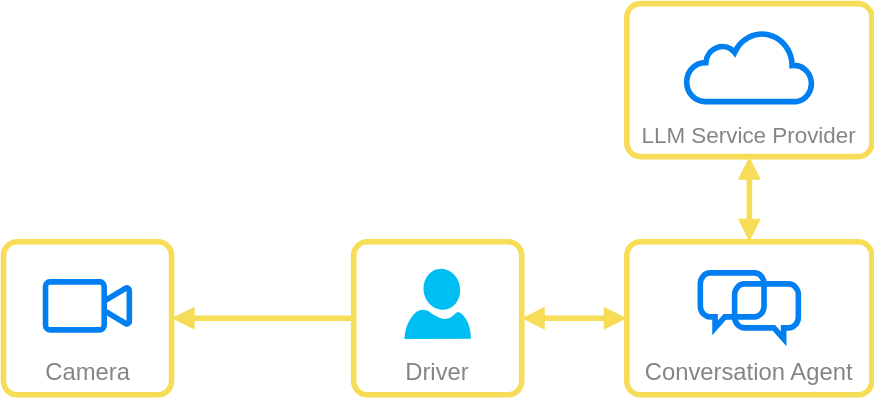
The draw.io diagram docs/_assets/img/system_architecture_yellow.drawio.svg in afri-bit/attentive-ai, before a commit. Source tidied: cells renumbered, new cells last; positions are measured from the earlier drawing's top-left corner, leaving out a move shared by most shapes. The source it was exported from:
```xml
<mxGraphModel>
  <root>
    <mxCell id="0" />
    <mxCell id="1" parent="0" />
    <mxCell id="2" style="edgeStyle=none;html=1;entryX=1;entryY=0.5;entryDx=0;entryDy=0;fontSize=17;fontColor=#29C9C9;strokeWidth=4;strokeColor=#F7DD57;endArrow=block;endFill=1;" parent="1" edge="1" source="10" target="6">
      <mxGeometry relative="1" as="geometry" />
    </mxCell>
    <mxCell id="3" style="edgeStyle=none;html=1;fontSize=16;fontColor=#858585;endArrow=block;endFill=1;startArrow=block;startFill=1;strokeWidth=4;strokeColor=#F7DD57;" parent="1" edge="1" source="14" target="20">
      <mxGeometry relative="1" as="geometry" />
    </mxCell>
    <mxCell id="4" style="edgeStyle=none;html=1;entryX=1;entryY=0.5;entryDx=0;entryDy=0;strokeColor=#F7DD57;strokeWidth=4;fontSize=17;fontColor=#29C9C9;endArrow=block;endFill=1;startArrow=block;startFill=1;" parent="1" edge="1" source="14" target="10">
      <mxGeometry relative="1" as="geometry" />
    </mxCell>
    <mxCell id="5" style="group;" parent="1" vertex="1">
      <mxGeometry y="170" width="120" height="109.2" as="geometry" />
    </mxCell>
    <mxCell id="6" style="rounded=1;whiteSpace=wrap;html=1;arcSize=9;fillColor=none;strokeColor=#F7DD57;strokeWidth=4;" parent="5" vertex="1">
      <mxGeometry width="120" height="109.2" as="geometry" />
    </mxCell>
    <mxCell id="7" value="Camera" style="text;html=1;align=center;verticalAlign=middle;strokeColor=none;fillColor=none;fontSize=17;fontColor=#858585;" parent="5" vertex="1">
      <mxGeometry x="20" y="79.2" width="80" height="30" as="geometry" />
    </mxCell>
    <mxCell id="8" style="html=1;verticalLabelPosition=bottom;align=center;labelBackgroundColor=#ffffff;verticalAlign=top;strokeWidth=4;strokeColor=#0080F0;shadow=0;dashed=0;shape=mxgraph.ios7.icons.video_conversation;fillColor=none;" parent="5" vertex="1">
      <mxGeometry x="30" y="28.7" width="60" height="34.3" as="geometry" />
    </mxCell>
    <mxCell id="9" style="group;" parent="1" vertex="1">
      <mxGeometry x="250" y="170" width="120" height="109.3" as="geometry" />
    </mxCell>
    <mxCell id="10" style="rounded=1;whiteSpace=wrap;html=1;arcSize=9;fillColor=none;strokeColor=#F7DD57;strokeWidth=4;" parent="9" vertex="1">
      <mxGeometry width="120" height="109.2" as="geometry" />
    </mxCell>
    <mxCell id="11" value="Driver" style="text;html=1;strokeColor=none;fillColor=none;align=center;verticalAlign=middle;whiteSpace=wrap;rounded=0;fontSize=17;fontColor=#858585;" parent="9" vertex="1">
      <mxGeometry x="30" y="79.3" width="60" height="30" as="geometry" />
    </mxCell>
    <mxCell id="12" style="verticalLabelPosition=bottom;html=1;verticalAlign=top;align=center;strokeColor=none;fillColor=#00BEF2;shape=mxgraph.azure.user;strokeWidth=8;fontSize=16;" parent="9" vertex="1">
      <mxGeometry x="36.2" y="19.4" width="47.5" height="50" as="geometry" />
    </mxCell>
    <mxCell id="13" style="group;" parent="1" vertex="1">
      <mxGeometry x="445" y="170" width="175" height="109.2" as="geometry" />
    </mxCell>
    <mxCell id="14" style="rounded=1;whiteSpace=wrap;html=1;arcSize=9;fillColor=none;strokeColor=#F7DD57;strokeWidth=4;" parent="13" vertex="1">
      <mxGeometry width="175" height="109.2" as="geometry" />
    </mxCell>
    <mxCell id="15" style="html=1;verticalLabelPosition=bottom;align=center;labelBackgroundColor=#ffffff;verticalAlign=top;strokeWidth=4;strokeColor=#0080F0;shadow=0;dashed=0;shape=mxgraph.ios7.icons.chat;fillColor=none;" parent="13" vertex="1">
      <mxGeometry x="52.5" y="22.2" width="70" height="47.1" as="geometry" />
    </mxCell>
    <mxCell id="16" value="Conversation Agent" style="text;html=1;strokeColor=none;fillColor=none;align=center;verticalAlign=middle;whiteSpace=wrap;rounded=0;fontSize=17;fontColor=#858585;" parent="13" vertex="1">
      <mxGeometry x="10" y="79.2" width="155" height="30" as="geometry" />
    </mxCell>
    <mxCell id="17" style="group;" parent="1" vertex="1">
      <mxGeometry x="445" width="175" height="109.2" as="geometry" />
    </mxCell>
    <mxCell id="18" style="rounded=1;whiteSpace=wrap;html=1;arcSize=9;fillColor=none;strokeColor=#F7DD57;strokeWidth=4;" parent="17" vertex="1">
      <mxGeometry width="175" height="109.2" as="geometry" />
    </mxCell>
    <mxCell id="19" style="html=1;verticalLabelPosition=bottom;align=center;labelBackgroundColor=#ffffff;verticalAlign=top;strokeWidth=4;strokeColor=#0080F0;shadow=0;dashed=0;shape=mxgraph.ios7.icons.cloud;fontSize=20;fillColor=none;" parent="17" vertex="1">
      <mxGeometry x="42.5" y="20" width="90" height="50" as="geometry" />
    </mxCell>
    <mxCell id="20" value="LLM Service Provider" style="text;html=1;strokeColor=none;fillColor=none;align=center;verticalAlign=middle;whiteSpace=wrap;rounded=0;fontSize=16;fontColor=#858585;" parent="17" vertex="1">
      <mxGeometry x="10" y="79.2" width="155" height="30" as="geometry" />
    </mxCell>
  </root>
</mxGraphModel>
```
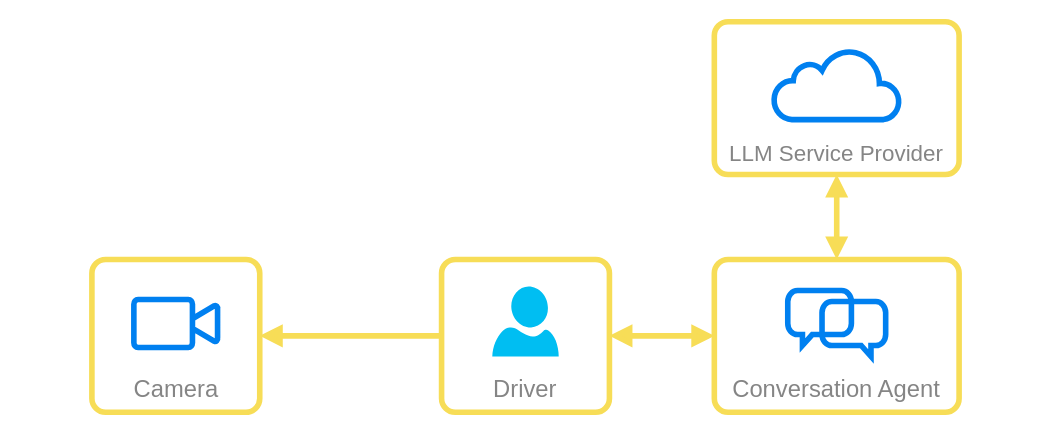
After the change.

What changed in the source:
```diff
@@ -59,5 +59,8 @@
     <mxCell id="20" value="LLM Service Provider" style="text;html=1;strokeColor=none;fillColor=none;align=center;verticalAlign=middle;whiteSpace=wrap;rounded=0;fontSize=16;fontColor=#858585;" parent="17" vertex="1">
       <mxGeometry x="10" y="79.2" width="155" height="30" as="geometry" />
     </mxCell>
+    <mxCell id="21" style="rounded=0;whiteSpace=wrap;html=1;fillColor=none;fontColor=#ffffff;strokeColor=none;" parent="1" vertex="1">
+      <mxGeometry x="-65" y="-15" width="750" height="310" as="geometry" />
+    </mxCell>
   </root>
 </mxGraphModel>
```
